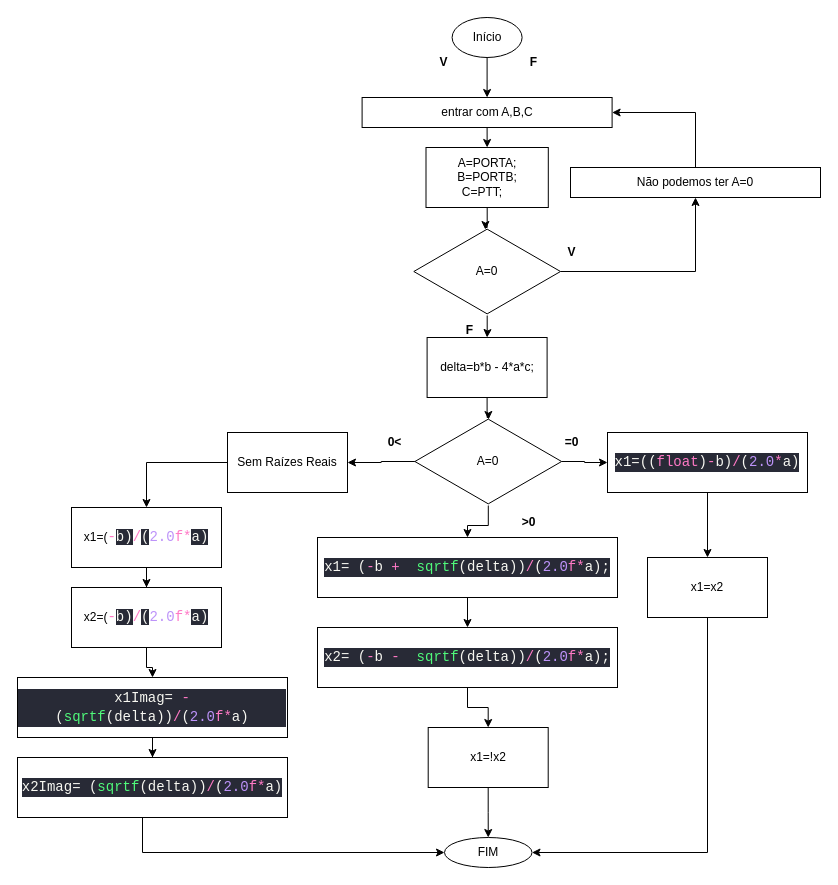
This is questao4/questao4.drawio from nervaljunior/hcs12-assembly-c, a draw.io file, before an edit. Source tidied: cells renumbered, new cells numbered last; positions are measured from the earlier drawing's top-left corner, leaving out a move shared by most shapes. Both pictures are drawn from the tidied source at 100%, with x=0, y=0 at pixel (17, 17).
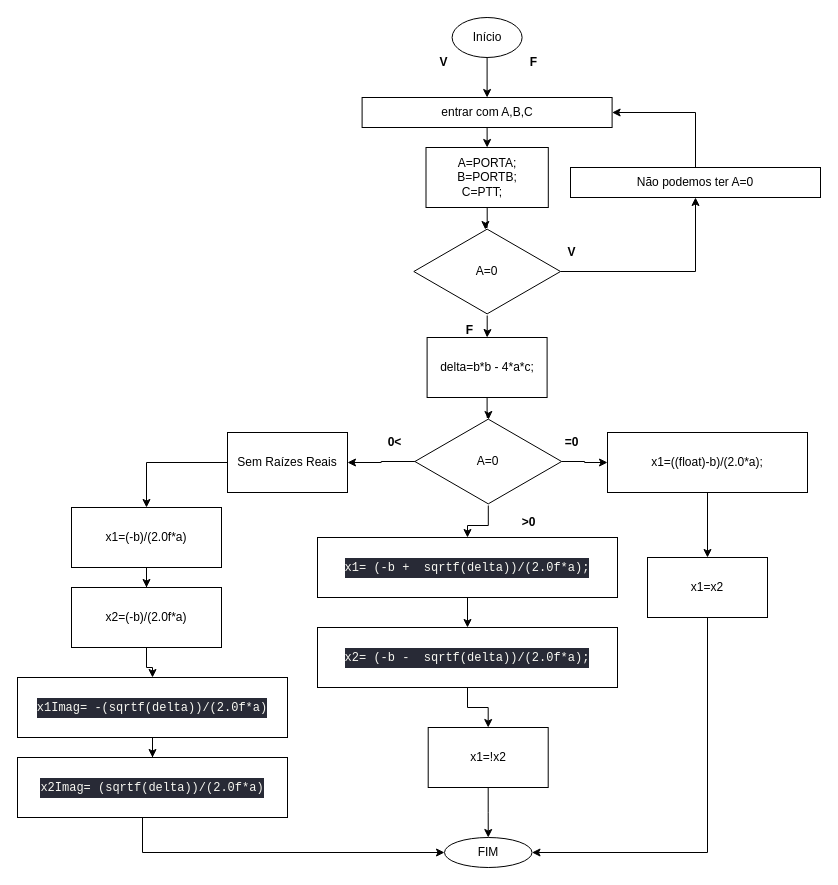
Above is the later version.

The edit, as a diff of the source:
```diff
@@
-    <mxCell id="27" value="&lt;div style=&quot;color: rgb(248, 248, 242); background-color: rgb(40, 42, 54); font-family: Consolas, &amp;quot;Courier New&amp;quot;, monospace; font-size: 14px; line-height: 19px;&quot;&gt;x1=((&lt;span style=&quot;color: #ff79c6;&quot;&gt;float&lt;/span&gt;)&lt;span style=&quot;color: #ff79c6;&quot;&gt;-&lt;/span&gt;b)&lt;span style=&quot;color: #ff79c6;&quot;&gt;/&lt;/span&gt;(&lt;span style=&quot;color: #bd93f9;&quot;&gt;2.0&lt;/span&gt;&lt;span style=&quot;color: #ff79c6;&quot;&gt;*&lt;/span&gt;a)&lt;/div&gt;" style="whiteSpace=wrap;html=1;" parent="1" vertex="1">
+    <mxCell id="27" value="x1=((float)-b)/(2.0*a);" style="whiteSpace=wrap;html=1;" parent="1" vertex="1">
       <mxGeometry x="590" y="415" width="200" height="60" as="geometry" />
     </mxCell>
@@
-    <mxCell id="30" value="&lt;div style=&quot;background-color: rgb(40, 42, 54); font-family: Consolas, &amp;quot;Courier New&amp;quot;, monospace; font-size: 14px; line-height: 19px;&quot;&gt;&lt;span style=&quot;color: rgb(248, 248, 242);&quot;&gt;x1= (&lt;span style=&quot;color: #ff79c6;&quot;&gt;-&lt;/span&gt;b &lt;/span&gt;&lt;font color=&quot;#ff79c6&quot;&gt;+&lt;/font&gt;&lt;font color=&quot;#f8f8f2&quot;&gt;&amp;nbsp;&amp;nbsp;&lt;/font&gt;&lt;span style=&quot;color: rgb(80, 250, 123);&quot;&gt;sqrtf&lt;/span&gt;&lt;font color=&quot;#f8f8f2&quot;&gt;(delta))&lt;/font&gt;&lt;span style=&quot;color: rgb(255, 121, 198);&quot;&gt;/&lt;/span&gt;&lt;font color=&quot;#f8f8f2&quot;&gt;(&lt;/font&gt;&lt;span style=&quot;color: rgb(189, 147, 249);&quot;&gt;2.0&lt;/span&gt;&lt;span style=&quot;color: rgb(255, 121, 198);&quot;&gt;f*&lt;/span&gt;&lt;font color=&quot;#f8f8f2&quot;&gt;a);&lt;/font&gt;&lt;/div&gt;" style="whiteSpace=wrap;html=1;" parent="1" vertex="1">
+    <mxCell id="30" value="&lt;div style=&quot;background-color: rgb(40, 42, 54); line-height: 19px;&quot;&gt;&lt;font face=&quot;Consolas, Courier New, monospace&quot; color=&quot;#f8f8f2&quot;&gt;x1= (-b +&amp;nbsp; sqrtf(delta))/(2.0f*a);&lt;/font&gt;&lt;br&gt;&lt;/div&gt;" style="whiteSpace=wrap;html=1;" parent="1" vertex="1">
       <mxGeometry x="300" y="520" width="300" height="60" as="geometry" />
     </mxCell>
@@
-    <mxCell id="34" value="&lt;div style=&quot;color: rgb(248, 248, 242); background-color: rgb(40, 42, 54); font-family: Consolas, &amp;quot;Courier New&amp;quot;, monospace; font-size: 14px; line-height: 19px;&quot;&gt;x2= (&lt;span style=&quot;color: #ff79c6;&quot;&gt;-&lt;/span&gt;b &lt;span style=&quot;color: #ff79c6;&quot;&gt;-&lt;/span&gt; &amp;nbsp;&lt;span style=&quot;color: #50fa7b;&quot;&gt;sqrtf&lt;/span&gt;(delta))&lt;span style=&quot;color: #ff79c6;&quot;&gt;/&lt;/span&gt;(&lt;span style=&quot;color: #bd93f9;&quot;&gt;2.0&lt;/span&gt;&lt;span style=&quot;color: #ff79c6;&quot;&gt;f*&lt;/span&gt;a);&lt;/div&gt;" style="whiteSpace=wrap;html=1;" parent="1" vertex="1">
+    <mxCell id="34" value="&lt;div style=&quot;background-color: rgb(40, 42, 54); line-height: 19px;&quot;&gt;&lt;font face=&quot;Consolas, Courier New, monospace&quot; color=&quot;#f8f8f2&quot;&gt;x2= (-b -&amp;nbsp; sqrtf(delta))/(2.0f*a);&lt;/font&gt;&lt;br&gt;&lt;/div&gt;" style="whiteSpace=wrap;html=1;" parent="1" vertex="1">
       <mxGeometry x="300" y="610" width="300" height="60" as="geometry" />
     </mxCell>
@@
-    <mxCell id="40" value="x1=(&lt;span style=&quot;font-family: Consolas, &amp;quot;Courier New&amp;quot;, monospace; font-size: 14px; color: rgb(255, 121, 198);&quot;&gt;-&lt;/span&gt;&lt;span style=&quot;background-color: rgb(40, 42, 54); color: rgb(248, 248, 242); font-family: Consolas, &amp;quot;Courier New&amp;quot;, monospace; font-size: 14px;&quot;&gt;b&lt;/span&gt;&lt;span style=&quot;background-color: rgb(40, 42, 54); color: rgb(248, 248, 242); font-family: Consolas, &amp;quot;Courier New&amp;quot;, monospace; font-size: 14px;&quot;&gt;)&lt;/span&gt;&lt;span style=&quot;font-family: Consolas, &amp;quot;Courier New&amp;quot;, monospace; font-size: 14px; color: rgb(255, 121, 198);&quot;&gt;/&lt;/span&gt;&lt;span style=&quot;background-color: rgb(40, 42, 54); color: rgb(248, 248, 242); font-family: Consolas, &amp;quot;Courier New&amp;quot;, monospace; font-size: 14px;&quot;&gt;(&lt;/span&gt;&lt;span style=&quot;font-family: Consolas, &amp;quot;Courier New&amp;quot;, monospace; font-size: 14px; color: rgb(189, 147, 249);&quot;&gt;2.0&lt;/span&gt;&lt;span style=&quot;font-family: Consolas, &amp;quot;Courier New&amp;quot;, monospace; font-size: 14px; color: rgb(255, 121, 198);&quot;&gt;f*&lt;/span&gt;&lt;span style=&quot;background-color: rgb(40, 42, 54); color: rgb(248, 248, 242); font-family: Consolas, &amp;quot;Courier New&amp;quot;, monospace; font-size: 14px;&quot;&gt;a&lt;/span&gt;&lt;span style=&quot;background-color: rgb(40, 42, 54); color: rgb(248, 248, 242); font-family: Consolas, &amp;quot;Courier New&amp;quot;, monospace; font-size: 14px;&quot;&gt;)&lt;/span&gt;" style="whiteSpace=wrap;html=1;" parent="1" vertex="1">
+    <mxCell id="40" value="x1=(-b)/(2.0f*a)" style="whiteSpace=wrap;html=1;" parent="1" vertex="1">
       <mxGeometry x="54" y="490" width="150" height="60" as="geometry" />
     </mxCell>
@@
-    <mxCell id="42" value="x2=(&lt;span style=&quot;font-family: Consolas, &amp;quot;Courier New&amp;quot;, monospace; font-size: 14px; color: rgb(255, 121, 198);&quot;&gt;-&lt;/span&gt;&lt;span style=&quot;background-color: rgb(40, 42, 54); color: rgb(248, 248, 242); font-family: Consolas, &amp;quot;Courier New&amp;quot;, monospace; font-size: 14px;&quot;&gt;b&lt;/span&gt;&lt;span style=&quot;background-color: rgb(40, 42, 54); color: rgb(248, 248, 242); font-family: Consolas, &amp;quot;Courier New&amp;quot;, monospace; font-size: 14px;&quot;&gt;)&lt;/span&gt;&lt;span style=&quot;font-family: Consolas, &amp;quot;Courier New&amp;quot;, monospace; font-size: 14px; color: rgb(255, 121, 198);&quot;&gt;/&lt;/span&gt;&lt;span style=&quot;background-color: rgb(40, 42, 54); color: rgb(248, 248, 242); font-family: Consolas, &amp;quot;Courier New&amp;quot;, monospace; font-size: 14px;&quot;&gt;(&lt;/span&gt;&lt;span style=&quot;font-family: Consolas, &amp;quot;Courier New&amp;quot;, monospace; font-size: 14px; color: rgb(189, 147, 249);&quot;&gt;2.0&lt;/span&gt;&lt;span style=&quot;font-family: Consolas, &amp;quot;Courier New&amp;quot;, monospace; font-size: 14px; color: rgb(255, 121, 198);&quot;&gt;f*&lt;/span&gt;&lt;span style=&quot;background-color: rgb(40, 42, 54); color: rgb(248, 248, 242); font-family: Consolas, &amp;quot;Courier New&amp;quot;, monospace; font-size: 14px;&quot;&gt;a&lt;/span&gt;&lt;span style=&quot;background-color: rgb(40, 42, 54); color: rgb(248, 248, 242); font-family: Consolas, &amp;quot;Courier New&amp;quot;, monospace; font-size: 14px;&quot;&gt;)&lt;/span&gt;" style="whiteSpace=wrap;html=1;" parent="1" vertex="1">
+    <mxCell id="42" value="x2=(-b)/(2.0f*a)" style="whiteSpace=wrap;html=1;" parent="1" vertex="1">
       <mxGeometry x="54" y="570" width="150" height="60" as="geometry" />
     </mxCell>
@@
-    <mxCell id="44" value="&lt;div style=&quot;color: rgb(248, 248, 242); background-color: rgb(40, 42, 54); font-family: Consolas, &amp;quot;Courier New&amp;quot;, monospace; font-size: 14px; line-height: 19px;&quot;&gt;x1Imag= &lt;span style=&quot;color: #ff79c6;&quot;&gt;-&lt;/span&gt;(&lt;span style=&quot;color: #50fa7b;&quot;&gt;sqrtf&lt;/span&gt;(delta))&lt;span style=&quot;color: #ff79c6;&quot;&gt;/&lt;/span&gt;(&lt;span style=&quot;color: #bd93f9;&quot;&gt;2.0&lt;/span&gt;&lt;span style=&quot;color: #ff79c6;&quot;&gt;f*&lt;/span&gt;a)&lt;/div&gt;" style="whiteSpace=wrap;html=1;" parent="1" vertex="1">
+    <mxCell id="44" value="&lt;div style=&quot;background-color: rgb(40, 42, 54); line-height: 19px;&quot;&gt;&lt;font face=&quot;Consolas, Courier New, monospace&quot; color=&quot;#f8f8f2&quot;&gt;x1Imag= -(sqrtf(delta))/(2.0f*a)&lt;/font&gt;&lt;br&gt;&lt;/div&gt;" style="whiteSpace=wrap;html=1;" parent="1" vertex="1">
       <mxGeometry y="660" width="270" height="60" as="geometry" />
     </mxCell>
@@
-    <mxCell id="46" value="&lt;div style=&quot;color: rgb(248, 248, 242); background-color: rgb(40, 42, 54); font-family: Consolas, &amp;quot;Courier New&amp;quot;, monospace; font-size: 14px; line-height: 19px;&quot;&gt;x2Imag= (&lt;span style=&quot;color: #50fa7b;&quot;&gt;sqrtf&lt;/span&gt;(delta))&lt;span style=&quot;color: #ff79c6;&quot;&gt;/&lt;/span&gt;(&lt;span style=&quot;color: #bd93f9;&quot;&gt;2.0&lt;/span&gt;&lt;span style=&quot;color: #ff79c6;&quot;&gt;f*&lt;/span&gt;a)&lt;/div&gt;" style="whiteSpace=wrap;html=1;" parent="1" vertex="1">
+    <mxCell id="46" value="&lt;div style=&quot;background-color: rgb(40, 42, 54); line-height: 19px;&quot;&gt;&lt;font face=&quot;Consolas, Courier New, monospace&quot; color=&quot;#f8f8f2&quot;&gt;x2Imag= (sqrtf(delta))/(2.0f*a)&lt;/font&gt;&lt;br&gt;&lt;/div&gt;" style="whiteSpace=wrap;html=1;" parent="1" vertex="1">
       <mxGeometry y="740" width="270" height="60" as="geometry" />
     </mxCell>
```
